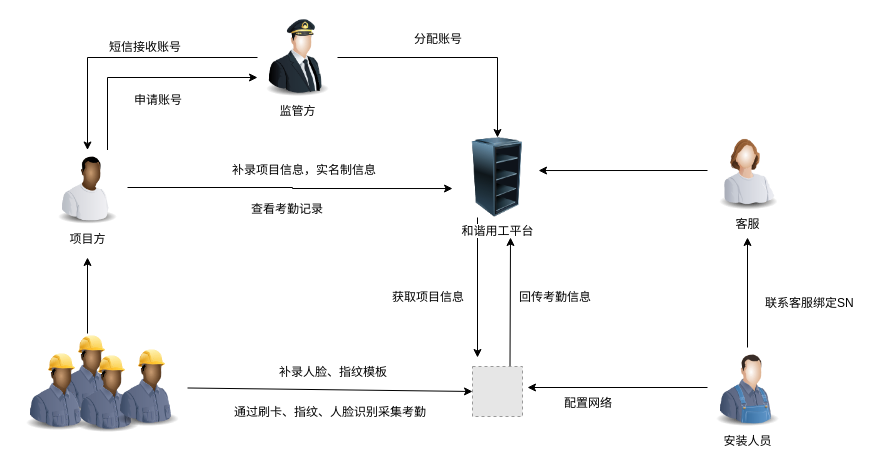
This is think/Untitled Diagram.drawio from yyl1760/draw, a draw.io file, before an edit. Source tidied: cells renumbered, new cells numbered last; positions are measured from the earlier drawing's top-left corner, leaving out a move shared by most shapes. Both pictures are drawn from the tidied source at 100%, with x=0, y=0 at pixel (17, 17). Pictures stored in the file or linked from it are replaced by grey dashed boxes.
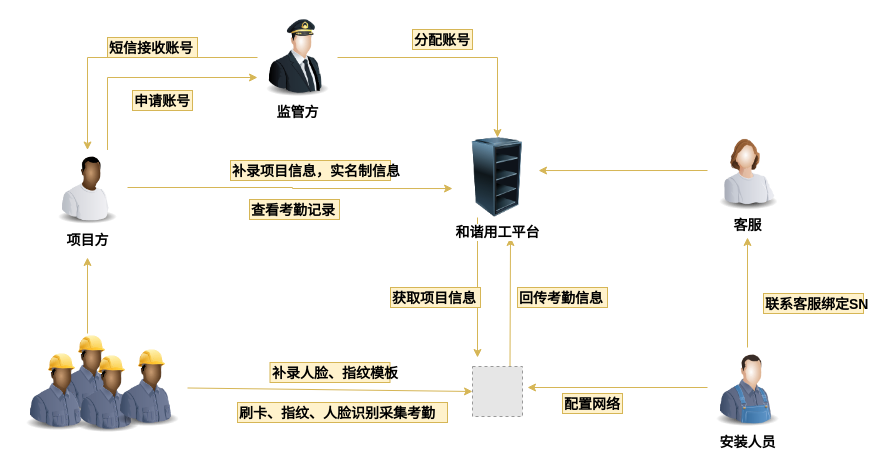
The same diagram, later.

Commit message:
中控考勤机交互.drawio

Diff of the diagram source:
```diff
@@
-    <mxCell id="2" style="edgeStyle=none;rounded=0;jettySize=auto;html=1;exitX=0.75;exitY=0;exitDx=0;exitDy=0;" parent="1" edge="1" source="3">
+    <mxCell id="2" style="edgeStyle=none;rounded=0;jettySize=auto;html=1;exitX=0.75;exitY=0;exitDx=0;exitDy=0;fillColor=#fff2cc;strokeColor=#d6b656;fontSize=14;fontStyle=1;" parent="1" edge="1" source="3">
       <mxGeometry relative="1" as="geometry">
         <mxPoint x="493" y="220" as="targetPoint" />
       </mxGeometry>
     </mxCell>
-    <mxCell id="3" style="fillColor=#E6E6E6;strokeColor=#999999;dashed=1;html=1;verticalAlign=top;verticalLabelPosition=bottom;labelBackgroundColor=#ffffff;" parent="1" vertex="1">
+    <mxCell id="3" style="fillColor=#E6E6E6;strokeColor=#999999;dashed=1;html=1;verticalAlign=top;verticalLabelPosition=bottom;labelBackgroundColor=#ffffff;fontSize=14;fontStyle=1;" parent="1" vertex="1">
       <mxGeometry x="455" y="349" width="50" height="50" as="geometry" />
     </mxCell>
-    <mxCell id="4" style="edgeStyle=orthogonalEdgeStyle;rounded=0;jettySize=auto;html=1;exitX=0.75;exitY=0;exitDx=0;exitDy=0;entryX=0;entryY=0.75;entryDx=0;entryDy=0;" parent="1" edge="1" source="6" target="19">
+    <mxCell id="4" style="edgeStyle=orthogonalEdgeStyle;rounded=0;jettySize=auto;html=1;exitX=0.75;exitY=0;exitDx=0;exitDy=0;entryX=0;entryY=0.75;entryDx=0;entryDy=0;fillColor=#fff2cc;strokeColor=#d6b656;fontSize=14;fontStyle=1;" parent="1" edge="1" source="6" target="19">
       <mxGeometry relative="1" as="geometry" />
     </mxCell>
-    <mxCell id="5" style="edgeStyle=orthogonalEdgeStyle;rounded=0;jettySize=auto;html=1;entryX=-0.062;entryY=0.638;entryDx=0;entryDy=0;entryPerimeter=0;" parent="1" edge="1" source="6" target="8">
+    <mxCell id="5" style="edgeStyle=orthogonalEdgeStyle;rounded=0;jettySize=auto;html=1;entryX=-0.062;entryY=0.638;entryDx=0;entryDy=0;entryPerimeter=0;fillColor=#fff2cc;strokeColor=#d6b656;fontSize=14;fontStyle=1;" parent="1" edge="1" source="6" target="8">
       <mxGeometry relative="1" as="geometry" />
     </mxCell>
-    <mxCell id="6" value="项目方" style="image;html=1;labelBackgroundColor=#ffffff;image=img/lib/clip_art/people/Worker_Black_128x128.png;" parent="1" vertex="1">
+    <mxCell id="6" value="项目方" style="image;html=1;labelBackgroundColor=#ffffff;image=img/lib/clip_art/people/Worker_Black_128x128.png;fillColor=#fff2cc;strokeColor=#d6b656;fontSize=14;fontStyle=1;" parent="1" vertex="1">
       <mxGeometry x="30" y="132.5" width="80" height="75" as="geometry" />
     </mxCell>
-    <mxCell id="7" style="edgeStyle=none;rounded=0;jettySize=auto;html=1;exitX=0.25;exitY=1;exitDx=0;exitDy=0;" parent="1" edge="1" source="8">
+    <mxCell id="7" style="edgeStyle=none;rounded=0;jettySize=auto;html=1;exitX=0.25;exitY=1;exitDx=0;exitDy=0;fillColor=#fff2cc;strokeColor=#d6b656;fontSize=14;fontStyle=1;" parent="1" edge="1" source="8">
       <mxGeometry relative="1" as="geometry">
         <mxPoint x="460" y="340" as="targetPoint" />
       </mxGeometry>
     </mxCell>
-    <mxCell id="8" value="和谐用工平台" style="image;html=1;labelBackgroundColor=#ffffff;image=img/lib/clip_art/computers/Server_Rack_Empty_128x128.png;" parent="1" vertex="1">
+    <mxCell id="8" value="和谐用工平台" style="image;html=1;labelBackgroundColor=#ffffff;image=img/lib/clip_art/computers/Server_Rack_Empty_128x128.png;fillColor=#fff2cc;strokeColor=#d6b656;fontSize=14;fontStyle=1;" parent="1" vertex="1">
       <mxGeometry x="440" y="120" width="80" height="80" as="geometry" />
     </mxCell>
-    <mxCell id="9" style="edgeStyle=none;rounded=0;jettySize=auto;html=1;entryX=1.013;entryY=0.413;entryDx=0;entryDy=0;entryPerimeter=0;" parent="1" edge="1" source="10" target="8">
+    <mxCell id="9" style="edgeStyle=none;rounded=0;jettySize=auto;html=1;entryX=1.013;entryY=0.413;entryDx=0;entryDy=0;entryPerimeter=0;fillColor=#fff2cc;strokeColor=#d6b656;fontSize=14;fontStyle=1;" parent="1" edge="1" source="10" target="8">
       <mxGeometry relative="1" as="geometry" />
     </mxCell>
-    <mxCell id="10" value="客服" style="image;html=1;labelBackgroundColor=#ffffff;image=img/lib/clip_art/people/Worker_Woman_128x128.png;" parent="1" vertex="1">
+    <mxCell id="10" value="客服" style="image;html=1;labelBackgroundColor=#ffffff;image=img/lib/clip_art/people/Worker_Woman_128x128.png;fillColor=#fff2cc;strokeColor=#d6b656;fontSize=14;fontStyle=1;" parent="1" vertex="1">
       <mxGeometry x="690" y="113" width="80" height="80" as="geometry" />
     </mxCell>
-    <mxCell id="11" style="edgeStyle=orthogonalEdgeStyle;rounded=0;jettySize=auto;html=1;exitX=0.5;exitY=0;exitDx=0;exitDy=0;" parent="1" edge="1" source="12">
+    <mxCell id="11" style="edgeStyle=orthogonalEdgeStyle;rounded=0;jettySize=auto;html=1;exitX=0.5;exitY=0;exitDx=0;exitDy=0;fillColor=#fff2cc;strokeColor=#d6b656;fontSize=14;fontStyle=1;" parent="1" edge="1" source="12">
       <mxGeometry relative="1" as="geometry">
         <mxPoint x="70" y="240" as="targetPoint" />
       </mxGeometry>
     </mxCell>
-    <mxCell id="12" style="image;html=1;labelBackgroundColor=#ffffff;image=img/lib/clip_art/people/Construction_Worker_Man_Black_128x128.png;" parent="1" vertex="1">
+    <mxCell id="12" style="image;html=1;labelBackgroundColor=#ffffff;image=img/lib/clip_art/people/Construction_Worker_Man_Black_128x128.png;fillColor=#fff2cc;strokeColor=#d6b656;fontSize=14;fontStyle=1;" parent="1" vertex="1">
       <mxGeometry x="30" y="316" width="80" height="80" as="geometry" />
     </mxCell>
-    <mxCell id="13" style="image;html=1;labelBackgroundColor=#ffffff;image=img/lib/clip_art/people/Construction_Worker_Man_Black_128x128.png;" parent="1" vertex="1">
+    <mxCell id="13" style="image;html=1;labelBackgroundColor=#ffffff;image=img/lib/clip_art/people/Construction_Worker_Man_Black_128x128.png;fillColor=#fff2cc;strokeColor=#d6b656;fontSize=14;fontStyle=1;" parent="1" vertex="1">
       <mxGeometry x="50" y="336" width="80" height="80" as="geometry" />
     </mxCell>
@@
-    <mxCell id="15" style="edgeStyle=none;rounded=0;jettySize=auto;html=1;entryX=0;entryY=0.5;entryDx=0;entryDy=0;" parent="1" edge="1" source="16" target="3">
+    <mxCell id="15" style="edgeStyle=none;rounded=0;jettySize=auto;html=1;entryX=0;entryY=0.5;entryDx=0;entryDy=0;fillColor=#fff2cc;strokeColor=#d6b656;fontSize=14;fontStyle=1;" parent="1" edge="1" source="16" target="3">
       <mxGeometry relative="1" as="geometry" />
     </mxCell>
-    <mxCell id="16" style="image;html=1;labelBackgroundColor=#ffffff;image=img/lib/clip_art/people/Construction_Worker_Man_Black_128x128.png;" parent="1" vertex="1">
+    <mxCell id="16" style="image;html=1;labelBackgroundColor=#ffffff;image=img/lib/clip_art/people/Construction_Worker_Man_Black_128x128.png;fillColor=#fff2cc;strokeColor=#d6b656;fontSize=14;fontStyle=1;" parent="1" vertex="1">
       <mxGeometry x="90" y="330" width="80" height="80" as="geometry" />
     </mxCell>
-    <mxCell id="17" style="edgeStyle=orthogonalEdgeStyle;rounded=0;jettySize=auto;html=1;" parent="1" edge="1" source="19" target="8">
+    <mxCell id="17" style="edgeStyle=orthogonalEdgeStyle;rounded=0;jettySize=auto;html=1;fillColor=#fff2cc;strokeColor=#d6b656;fontSize=14;fontStyle=1;" parent="1" edge="1" source="19" target="8">
       <mxGeometry relative="1" as="geometry" />
     </mxCell>
-    <mxCell id="18" style="edgeStyle=orthogonalEdgeStyle;rounded=0;jettySize=auto;html=1;entryX=0.5;entryY=0;entryDx=0;entryDy=0;" parent="1" edge="1" source="19" target="6">
+    <mxCell id="18" style="edgeStyle=orthogonalEdgeStyle;rounded=0;jettySize=auto;html=1;entryX=0.5;entryY=0;entryDx=0;entryDy=0;fillColor=#fff2cc;strokeColor=#d6b656;fontSize=14;fontStyle=1;" parent="1" edge="1" source="19" target="6">
       <mxGeometry relative="1" as="geometry" />
     </mxCell>
-    <mxCell id="19" value="监管方" style="image;html=1;labelBackgroundColor=#ffffff;image=img/lib/clip_art/people/Pilot_Man_128x128.png;" parent="1" vertex="1">
+    <mxCell id="19" value="监管方" style="image;html=1;labelBackgroundColor=#ffffff;image=img/lib/clip_art/people/Pilot_Man_128x128.png;fillColor=#fff2cc;strokeColor=#d6b656;fontSize=14;fontStyle=1;" parent="1" vertex="1">
       <mxGeometry x="240" width="80" height="80" as="geometry" />
     </mxCell>
-    <mxCell id="20" value="申请账号" style="text;html=1;align=left;verticalAlign=top;spacingTop=-4;" parent="1" vertex="1">
+    <mxCell id="20" value="申请账号" style="text;html=1;align=left;verticalAlign=top;spacingTop=-4;fillColor=#fff2cc;strokeColor=#d6b656;fontSize=14;fontStyle=1;" parent="1" vertex="1">
       <mxGeometry x="115" y="73" width="60" height="20" as="geometry" />
     </mxCell>
-    <mxCell id="21" value="短信接收账号" style="text;html=1;align=left;verticalAlign=top;spacingTop=-4;" parent="1" vertex="1">
+    <mxCell id="21" value="短信接收账号" style="text;html=1;align=left;verticalAlign=top;spacingTop=-4;fillColor=#fff2cc;strokeColor=#d6b656;fontSize=14;fontStyle=1;" parent="1" vertex="1">
       <mxGeometry x="90" y="20" width="90" height="20" as="geometry" />
     </mxCell>
-    <mxCell id="22" value="补录人脸、指纹模板" style="text;html=1;align=left;verticalAlign=top;spacingTop=-4;" parent="1" vertex="1">
-      <mxGeometry x="260" y="345" width="120" height="20" as="geometry" />
+    <mxCell id="22" value="补录人脸、指纹模板" style="text;html=1;align=left;verticalAlign=top;spacingTop=-4;fillColor=#fff2cc;strokeColor=#d6b656;fontSize=14;fontStyle=1;" parent="1" vertex="1">
+      <mxGeometry x="252.5" y="345" width="120" height="20" as="geometry" />
     </mxCell>
-    <mxCell id="23" value="通过刷卡、指纹、人脸识别采集考勤" style="text;html=1;align=left;verticalAlign=top;spacingTop=-4;" parent="1" vertex="1">
-      <mxGeometry x="215" y="385" width="210" height="20" as="geometry" />
+    <mxCell id="23" value="刷卡、指纹、人脸识别采集考勤" style="text;html=1;align=left;verticalAlign=top;spacingTop=-4;fillColor=#fff2cc;strokeColor=#d6b656;fontSize=14;fontStyle=1;" parent="1" vertex="1">
+      <mxGeometry x="220" y="385" width="210" height="20" as="geometry" />
     </mxCell>
-    <mxCell id="24" value="分配账号" style="text;html=1;align=left;verticalAlign=top;spacingTop=-4;" parent="1" vertex="1">
+    <mxCell id="24" value="分配账号" style="text;html=1;align=left;verticalAlign=top;spacingTop=-4;fillColor=#fff2cc;strokeColor=#d6b656;fontSize=14;fontStyle=1;" parent="1" vertex="1">
       <mxGeometry x="395" y="12" width="60" height="20" as="geometry" />
     </mxCell>
-    <mxCell id="25" value="补录项目信息，实名制信息" style="text;html=1;align=left;verticalAlign=top;spacingTop=-4;" parent="1" vertex="1">
+    <mxCell id="25" value="补录项目信息，实名制信息" style="text;html=1;align=left;verticalAlign=top;spacingTop=-4;fillColor=#fff2cc;strokeColor=#d6b656;fontSize=14;fontStyle=1;" parent="1" vertex="1">
       <mxGeometry x="213" y="143" width="160" height="20" as="geometry" />
     </mxCell>
-    <mxCell id="26" value="获取项目信息" style="text;html=1;align=left;verticalAlign=top;spacingTop=-4;" parent="1" vertex="1">
+    <mxCell id="26" value="获取项目信息" style="text;html=1;align=left;verticalAlign=top;spacingTop=-4;fillColor=#fff2cc;strokeColor=#d6b656;fontSize=14;fontStyle=1;" parent="1" vertex="1">
       <mxGeometry x="373" y="270" width="90" height="20" as="geometry" />
     </mxCell>
-    <mxCell id="27" style="edgeStyle=none;rounded=0;jettySize=auto;html=1;" parent="1" edge="1" source="29">
+    <mxCell id="27" style="edgeStyle=none;rounded=0;jettySize=auto;html=1;fillColor=#fff2cc;strokeColor=#d6b656;fontSize=14;fontStyle=1;" parent="1" edge="1" source="29">
       <mxGeometry relative="1" as="geometry">
         <mxPoint x="510" y="370" as="targetPoint" />
       </mxGeometry>
     </mxCell>
-    <mxCell id="28" style="edgeStyle=none;rounded=0;jettySize=auto;html=1;exitX=0.5;exitY=0;exitDx=0;exitDy=0;" parent="1" edge="1" source="29">
+    <mxCell id="28" style="edgeStyle=none;rounded=0;jettySize=auto;html=1;exitX=0.5;exitY=0;exitDx=0;exitDy=0;fillColor=#fff2cc;strokeColor=#d6b656;fontSize=14;fontStyle=1;" parent="1" edge="1" source="29">
       <mxGeometry relative="1" as="geometry">
         <mxPoint x="730" y="220" as="targetPoint" />
       </mxGeometry>
     </mxCell>
-    <mxCell id="29" value="安装人员" style="image;html=1;labelBackgroundColor=#ffffff;image=img/lib/clip_art/people/Farmer_Man_128x128.png;" parent="1" vertex="1">
+    <mxCell id="29" value="安装人员" style="image;html=1;labelBackgroundColor=#ffffff;image=img/lib/clip_art/people/Farmer_Man_128x128.png;fillColor=#fff2cc;strokeColor=#d6b656;fontSize=14;fontStyle=1;" parent="1" vertex="1">
       <mxGeometry x="690" y="330" width="80" height="80" as="geometry" />
     </mxCell>
-    <mxCell id="30" value="配置网络" style="text;html=1;align=left;verticalAlign=top;spacingTop=-4;" parent="1" vertex="1">
+    <mxCell id="30" value="配置网络" style="text;html=1;align=left;verticalAlign=top;spacingTop=-4;fillColor=#fff2cc;strokeColor=#d6b656;fontSize=14;fontStyle=1;" parent="1" vertex="1">
       <mxGeometry x="545" y="376" width="60" height="20" as="geometry" />
     </mxCell>
-    <mxCell id="31" value="联系客服绑定SN" style="text;html=1;align=left;verticalAlign=top;spacingTop=-4;" parent="1" vertex="1">
+    <mxCell id="31" value="联系客服绑定SN" style="text;html=1;align=left;verticalAlign=top;spacingTop=-4;fillColor=#fff2cc;strokeColor=#d6b656;fontSize=14;fontStyle=1;" parent="1" vertex="1">
       <mxGeometry x="746" y="276" width="100" height="20" as="geometry" />
     </mxCell>
-    <mxCell id="32" value="回传考勤信息" style="text;html=1;align=left;verticalAlign=top;spacingTop=-4;" parent="1" vertex="1">
+    <mxCell id="32" value="回传考勤信息" style="text;html=1;align=left;verticalAlign=top;spacingTop=-4;fillColor=#fff2cc;strokeColor=#d6b656;fontSize=14;fontStyle=1;" parent="1" vertex="1">
       <mxGeometry x="500" y="270" width="90" height="20" as="geometry" />
     </mxCell>
-    <mxCell id="33" value="查看考勤记录" style="text;html=1;align=left;verticalAlign=top;spacingTop=-4;" parent="1" vertex="1">
+    <mxCell id="33" value="查看考勤记录" style="text;html=1;align=left;verticalAlign=top;spacingTop=-4;fillColor=#fff2cc;strokeColor=#d6b656;fontSize=14;fontStyle=1;" parent="1" vertex="1">
       <mxGeometry x="232" y="182" width="90" height="20" as="geometry" />
     </mxCell>
```
